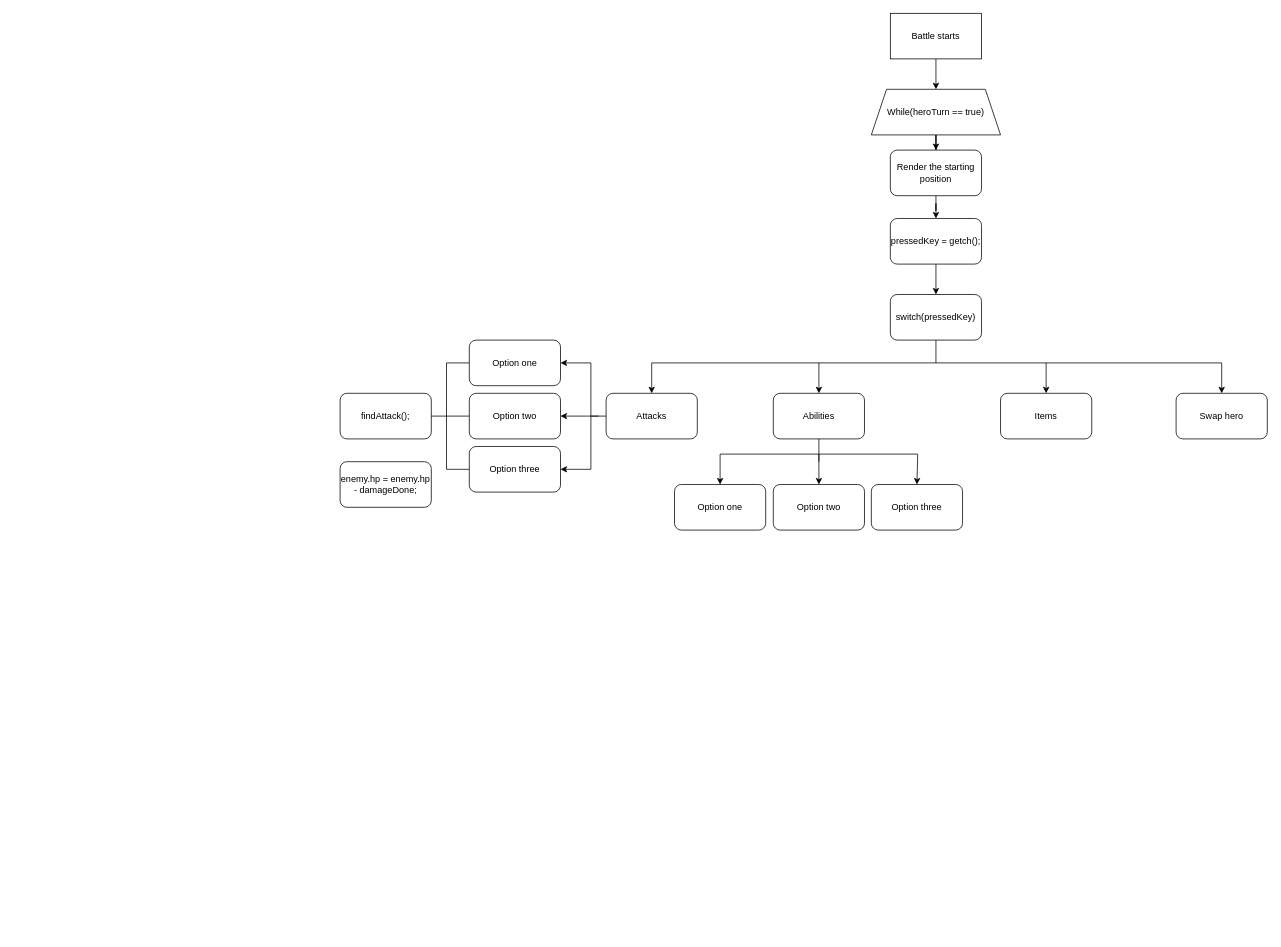
MrZahourek/Cyberescape keeps this draw.io diagram as Battle and enemy brain.drawio. Above is the earlier version. Source tidied: cells renumbered, new cells numbered last; positions are measured from the earlier drawing's top-left corner, leaving out a move shared by most shapes. Both pictures are drawn from the tidied source at 76%, with x=0, y=0 at pixel (340, 13).
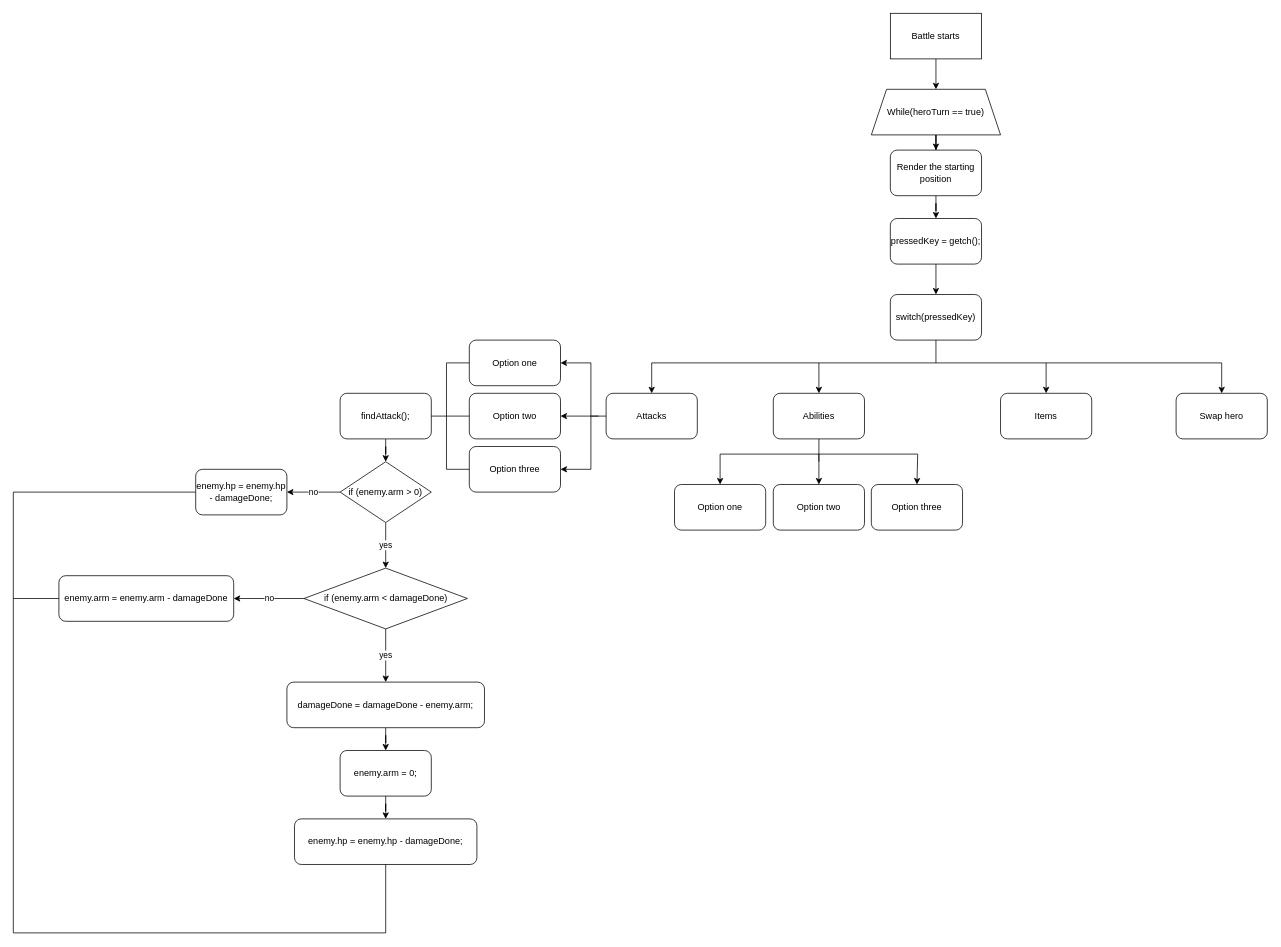
The same diagram, later.

Unchanged cells that the change refers to:
```xml
<mxCell id="37" value="findAttack();" style="rounded=1;whiteSpace=wrap;html=1;" parent="1" vertex="1">
  <mxGeometry y="500" width="120" height="60" as="geometry" />
</mxCell>
```

Diff of the diagram source:
```diff
@@
+    <mxCell id="44" style="edgeStyle=orthogonalEdgeStyle;rounded=0;jettySize=auto;html=1;" parent="1" edge="1" source="37" target="47">
+      <mxGeometry relative="1" as="geometry" />
+    </mxCell>
@@
     <mxCell id="43" value="enemy.hp = enemy.hp - damageDone;" style="rounded=1;whiteSpace=wrap;html=1;" parent="1" vertex="1">
-      <mxGeometry y="590" width="120" height="60" as="geometry" />
+      <mxGeometry x="-190" y="600" width="120" height="60" as="geometry" />
     </mxCell>
+    <mxCell id="45" value="yes" style="edgeStyle=orthogonalEdgeStyle;rounded=0;jettySize=auto;html=1;entryX=0.5;entryY=0;entryDx=0;entryDy=0;" parent="1" edge="1" source="47" target="50">
+      <mxGeometry relative="1" as="geometry" />
+    </mxCell>
+    <mxCell id="46" value="no" style="edgeStyle=orthogonalEdgeStyle;rounded=0;jettySize=auto;html=1;" parent="1" edge="1" source="47" target="43">
+      <mxGeometry relative="1" as="geometry" />
+    </mxCell>
+    <mxCell id="47" value="if (enemy.arm &amp;gt; 0)" style="rhombus;whiteSpace=wrap;html=1;" parent="1" vertex="1">
+      <mxGeometry y="590" width="120" height="80" as="geometry" />
+    </mxCell>
+    <mxCell id="48" value="no" style="edgeStyle=orthogonalEdgeStyle;rounded=0;jettySize=auto;html=1;" parent="1" edge="1" source="50" target="51">
+      <mxGeometry relative="1" as="geometry" />
+    </mxCell>
+    <mxCell id="49" value="yes" style="edgeStyle=orthogonalEdgeStyle;rounded=0;jettySize=auto;html=1;" parent="1" edge="1" source="50" target="53">
+      <mxGeometry relative="1" as="geometry" />
+    </mxCell>
+    <mxCell id="50" value="if (enemy.arm &amp;lt; damageDone)" style="rhombus;whiteSpace=wrap;html=1;" parent="1" vertex="1">
+      <mxGeometry x="-47.5" y="730" width="215" height="80" as="geometry" />
+    </mxCell>
+    <mxCell id="51" value="enemy.arm = enemy.arm - damageDone" style="rounded=1;whiteSpace=wrap;html=1;" parent="1" vertex="1">
+      <mxGeometry x="-370" y="740" width="230" height="60" as="geometry" />
+    </mxCell>
+    <mxCell id="52" style="edgeStyle=orthogonalEdgeStyle;rounded=0;jettySize=auto;html=1;" parent="1" edge="1" source="53" target="55">
+      <mxGeometry relative="1" as="geometry" />
+    </mxCell>
+    <mxCell id="53" value="damageDone = damageDone - enemy.arm;" style="rounded=1;whiteSpace=wrap;html=1;" parent="1" vertex="1">
+      <mxGeometry x="-70" y="880" width="260" height="60" as="geometry" />
+    </mxCell>
+    <mxCell id="54" style="edgeStyle=orthogonalEdgeStyle;rounded=0;jettySize=auto;html=1;" parent="1" edge="1" source="55" target="56">
+      <mxGeometry relative="1" as="geometry" />
+    </mxCell>
+    <mxCell id="55" value="enemy.arm = 0;" style="rounded=1;whiteSpace=wrap;html=1;" parent="1" vertex="1">
+      <mxGeometry y="970" width="120" height="60" as="geometry" />
+    </mxCell>
+    <mxCell id="56" value="enemy.hp = enemy.hp - damageDone;" style="rounded=1;whiteSpace=wrap;html=1;" parent="1" vertex="1">
+      <mxGeometry x="-60" y="1060" width="240" height="60" as="geometry" />
+    </mxCell>
+    <mxCell id="57" style="endArrow=none;html=1;rounded=0;" parent="1" edge="1">
+      <mxGeometry relative="1" as="geometry">
+        <mxPoint x="-430" y="1210" as="sourcePoint" />
+        <mxPoint x="-430" y="630" as="targetPoint" />
+      </mxGeometry>
+    </mxCell>
+    <mxCell id="58" style="endArrow=none;html=1;rounded=0;" parent="1" edge="1">
+      <mxGeometry relative="1" as="geometry">
+        <mxPoint x="-430" y="1210" as="sourcePoint" />
+        <mxPoint x="60" y="1210" as="targetPoint" />
+      </mxGeometry>
+    </mxCell>
+    <mxCell id="59" style="endArrow=none;html=1;rounded=0;exitX=0.5;exitY=1;exitDx=0;exitDy=0;" parent="1" edge="1" source="56">
+      <mxGeometry relative="1" as="geometry">
+        <mxPoint x="60" y="1210" as="targetPoint" />
+      </mxGeometry>
+    </mxCell>
+    <mxCell id="60" style="endArrow=none;html=1;rounded=0;entryX=0;entryY=0.5;entryDx=0;entryDy=0;" parent="1" edge="1" target="43">
+      <mxGeometry relative="1" as="geometry">
+        <mxPoint x="-430" y="630" as="sourcePoint" />
+      </mxGeometry>
+    </mxCell>
+    <mxCell id="61" style="endArrow=none;html=1;rounded=0;entryX=0;entryY=0.5;entryDx=0;entryDy=0;" parent="1" edge="1" target="51">
+      <mxGeometry relative="1" as="geometry">
+        <mxPoint x="-430" y="770" as="sourcePoint" />
+      </mxGeometry>
+    </mxCell>
```
